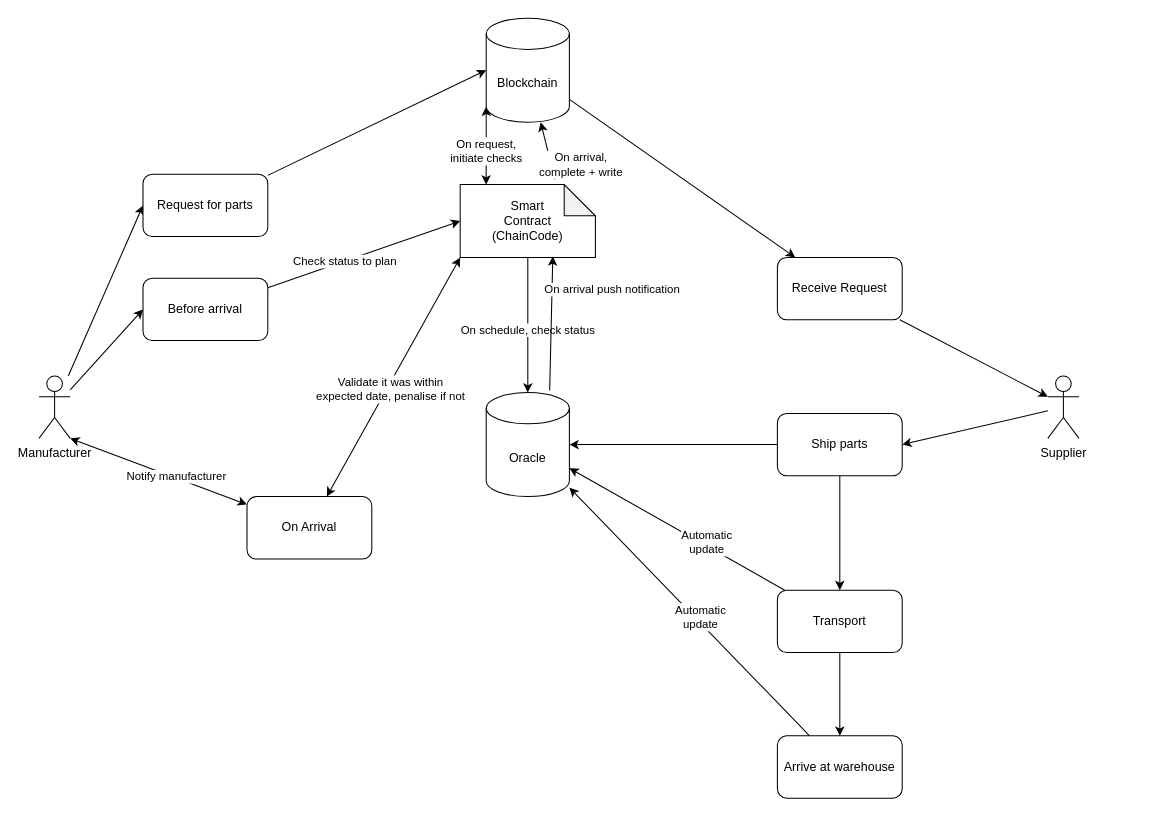
Before: workflow.drawio in mroninski/supply-block-chain-chain, a draw.io diagram. Source tidied: cells renumbered, new cells numbered last; positions are measured from the earlier drawing's top-left corner, leaving out a move shared by most shapes. Both pictures are drawn from the tidied source at 104%, with x=0, y=0 at pixel (38, 18).
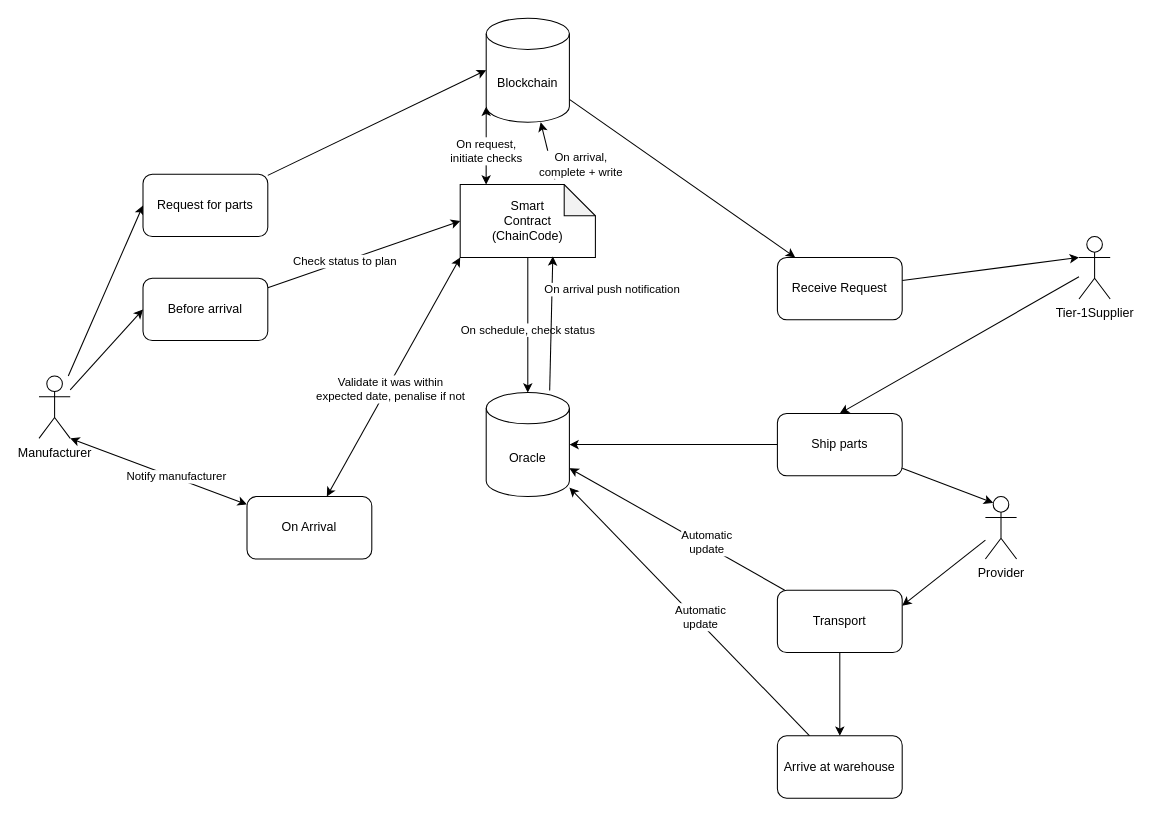
After the change.

Commit message (it also covers changes not shown here):
Updating the example and cleaning the repo

The change refers to these unchanged cells:
```xml
<mxCell id="17" value="Ship parts" style="rounded=1;whiteSpace=wrap;html=1;" parent="1" vertex="1">
  <mxGeometry x="710" y="380" width="120" height="60" as="geometry" />
</mxCell>
<mxCell id="21" value="Transport" style="rounded=1;whiteSpace=wrap;html=1;" parent="1" vertex="1">
  <mxGeometry x="710" y="550" width="120" height="60" as="geometry" />
</mxCell>
```

What changed in the source:
```diff
@@
-    <mxCell id="5" style="edgeStyle=none;html=1;entryX=1;entryY=0.5;entryDx=0;entryDy=0;" parent="1" edge="1" source="6" target="17">
+    <mxCell id="5" style="edgeStyle=none;html=1;entryX=0.5;entryY=0;entryDx=0;entryDy=0;" parent="1" edge="1" source="6" target="17">
       <mxGeometry relative="1" as="geometry" />
     </mxCell>
-    <mxCell id="6" value="Supplier" style="shape=umlActor;verticalLabelPosition=bottom;verticalAlign=top;html=1;outlineConnect=0;" parent="1" vertex="1">
-      <mxGeometry x="970" y="344" width="30" height="60" as="geometry" />
+    <mxCell id="6" value="Tier-1Supplier" style="shape=umlActor;verticalLabelPosition=bottom;verticalAlign=top;html=1;outlineConnect=0;" parent="1" vertex="1">
+      <mxGeometry x="1000" y="210" width="30" height="60" as="geometry" />
     </mxCell>
@@
-    <mxCell id="16" style="edgeStyle=none;html=1;startArrow=none;startFill=0;endArrow=classic;endFill=1;" parent="1" edge="1" source="17" target="21">
-      <mxGeometry relative="1" as="geometry" />
-    </mxCell>
+    <mxCell id="41" style="edgeStyle=none;html=1;entryX=0.25;entryY=0.1;entryDx=0;entryDy=0;entryPerimeter=0;" parent="1" edge="1" source="17" target="43">
+      <mxGeometry relative="1" as="geometry" />
+    </mxCell>
@@
+    <mxCell id="42" style="edgeStyle=none;html=1;entryX=1;entryY=0.25;entryDx=0;entryDy=0;" parent="1" edge="1" source="43" target="21">
+      <mxGeometry relative="1" as="geometry" />
+    </mxCell>
+    <mxCell id="43" value="Provider" style="shape=umlActor;verticalLabelPosition=bottom;verticalAlign=top;html=1;outlineConnect=0;" parent="1" vertex="1">
+      <mxGeometry x="910" y="460" width="30" height="60" as="geometry" />
+    </mxCell>
```
